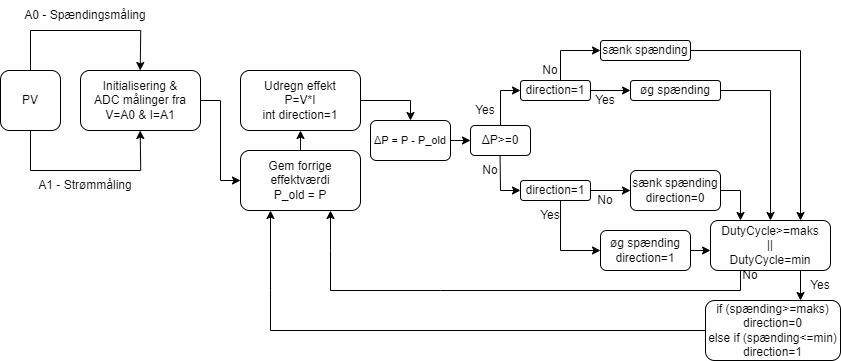
Pandananana/ee-projekt keeps this draw.io diagram as Dokumentation/mpptflowchart.drawio (1).png. Above is the earlier version. Source tidied: cells renumbered, new cells last; positions are measured from the earlier drawing's top-left corner, leaving out a move shared by most shapes. Source of this version:
```xml
<mxGraphModel>
  <root>
    <mxCell id="0" />
    <mxCell id="1" parent="0" />
    <mxCell id="2" value="Initialisering &amp;amp;&lt;br style=&quot;&quot;&gt;ADC målinger fra&lt;br&gt;V=A0 &amp;amp; I=A1" style="rounded=1;whiteSpace=wrap;html=1;" parent="1" vertex="1">
      <mxGeometry x="80" y="70" width="120" height="60" as="geometry" />
    </mxCell>
    <mxCell id="3" style="endArrow=classic;html=1;rounded=0;" parent="1" edge="1">
      <mxGeometry relative="1" as="geometry">
        <mxPoint x="140.2" y="170" as="sourcePoint" />
        <mxPoint x="139.7" y="130" as="targetPoint" />
      </mxGeometry>
    </mxCell>
    <mxCell id="4" style="endArrow=classic;html=1;rounded=0;" parent="1" edge="1">
      <mxGeometry relative="1" as="geometry">
        <mxPoint x="140.2" y="30" as="sourcePoint" />
        <mxPoint x="139.7" y="70" as="targetPoint" />
      </mxGeometry>
    </mxCell>
    <mxCell id="5" style="endArrow=none;html=1;rounded=0;" parent="1" edge="1">
      <mxGeometry relative="1" as="geometry">
        <mxPoint x="30" y="170" as="sourcePoint" />
        <mxPoint x="140" y="170" as="targetPoint" />
      </mxGeometry>
    </mxCell>
    <mxCell id="6" value="PV" style="rounded=1;whiteSpace=wrap;html=1;" parent="1" vertex="1">
      <mxGeometry y="70" width="60" height="60" as="geometry" />
    </mxCell>
    <mxCell id="7" style="endArrow=none;html=1;rounded=0;" parent="1" edge="1">
      <mxGeometry relative="1" as="geometry">
        <mxPoint x="30" y="30" as="sourcePoint" />
        <mxPoint x="140" y="30" as="targetPoint" />
      </mxGeometry>
    </mxCell>
    <mxCell id="8" style="endArrow=none;html=1;rounded=0;exitX=0.5;exitY=0;exitDx=0;exitDy=0;" parent="1" edge="1" source="6">
      <mxGeometry relative="1" as="geometry">
        <mxPoint x="30" y="30" as="targetPoint" />
      </mxGeometry>
    </mxCell>
    <mxCell id="9" style="endArrow=none;html=1;rounded=0;entryX=0.5;entryY=1;entryDx=0;entryDy=0;" parent="1" edge="1" target="6">
      <mxGeometry relative="1" as="geometry">
        <mxPoint x="30" y="170" as="sourcePoint" />
      </mxGeometry>
    </mxCell>
    <mxCell id="10" value="A1 - Strømmåling" style="text;html=1;strokeColor=none;fillColor=none;align=center;verticalAlign=middle;whiteSpace=wrap;rounded=0;" parent="1" vertex="1">
      <mxGeometry x="5" y="170" width="160" height="30" as="geometry" />
    </mxCell>
    <mxCell id="11" value="A0 - Spændingsmåling" style="text;html=1;strokeColor=none;fillColor=none;align=center;verticalAlign=middle;whiteSpace=wrap;rounded=0;" parent="1" vertex="1">
      <mxGeometry x="10" width="150" height="30" as="geometry" />
    </mxCell>
    <mxCell id="12" style="endArrow=classic;html=1;rounded=0;exitX=1;exitY=0.5;exitDx=0;exitDy=0;entryX=0;entryY=0.5;entryDx=0;entryDy=0;" parent="1" edge="1" source="2" target="14">
      <mxGeometry relative="1" as="geometry">
        <Array as="points">
          <mxPoint x="220" y="100" />
          <mxPoint x="220" y="180" />
        </Array>
      </mxGeometry>
    </mxCell>
    <mxCell id="13" value="Udregn effekt&lt;br&gt;P=V*I&lt;br&gt;int direction=1" style="rounded=1;whiteSpace=wrap;html=1;" parent="1" vertex="1">
      <mxGeometry x="240" y="70" width="120" height="60" as="geometry" />
    </mxCell>
    <mxCell id="14" value="Gem forrige effektværdi&lt;br&gt;P_old = P" style="rounded=1;whiteSpace=wrap;html=1;" parent="1" vertex="1">
      <mxGeometry x="240" y="150" width="120" height="60" as="geometry" />
    </mxCell>
    <mxCell id="15" style="endArrow=classic;html=1;rounded=0;exitX=0.5;exitY=0;exitDx=0;exitDy=0;" parent="1" edge="1" source="14" target="13">
      <mxGeometry relative="1" as="geometry">
        <Array as="points">
          <mxPoint x="300" y="130" />
        </Array>
      </mxGeometry>
    </mxCell>
    <mxCell id="16" style="endArrow=classic;html=1;rounded=0;entryX=0.5;entryY=0;entryDx=0;entryDy=0;" parent="1" edge="1" target="17">
      <mxGeometry relative="1" as="geometry">
        <mxPoint x="360" y="100" as="sourcePoint" />
        <Array as="points">
          <mxPoint x="410" y="100" />
        </Array>
      </mxGeometry>
    </mxCell>
    <mxCell id="17" value="&lt;font style=&quot;font-size: 11px;&quot;&gt;ΔP = P - P_old&lt;br&gt;&lt;/font&gt;" style="rounded=1;whiteSpace=wrap;html=1;" parent="1" vertex="1">
      <mxGeometry x="370" y="120" width="80" height="40" as="geometry" />
    </mxCell>
    <mxCell id="18" value="ΔP&amp;gt;=0" style="rounded=1;whiteSpace=wrap;html=1;" parent="1" vertex="1">
      <mxGeometry x="470" y="125" width="60" height="30" as="geometry" />
    </mxCell>
    <mxCell id="19" style="endArrow=classic;html=1;rounded=0;" parent="1" edge="1">
      <mxGeometry relative="1" as="geometry">
        <mxPoint x="500" y="125" as="sourcePoint" />
        <mxPoint x="520" y="90" as="targetPoint" />
        <Array as="points">
          <mxPoint x="500" y="90" />
        </Array>
      </mxGeometry>
    </mxCell>
    <mxCell id="20" style="endArrow=classic;html=1;rounded=0;" parent="1" edge="1">
      <mxGeometry relative="1" as="geometry">
        <mxPoint x="499.6" y="155" as="sourcePoint" />
        <mxPoint x="520" y="190" as="targetPoint" />
        <Array as="points">
          <mxPoint x="500" y="190" />
        </Array>
      </mxGeometry>
    </mxCell>
    <mxCell id="21" value="direction=1" style="rounded=1;whiteSpace=wrap;html=1;" parent="1" vertex="1">
      <mxGeometry x="520" y="180" width="70" height="20" as="geometry" />
    </mxCell>
    <mxCell id="22" value="direction=1" style="rounded=1;whiteSpace=wrap;html=1;" parent="1" vertex="1">
      <mxGeometry x="520" y="80" width="70" height="20" as="geometry" />
    </mxCell>
    <mxCell id="23" value="Yes" style="text;html=1;strokeColor=none;fillColor=none;align=center;verticalAlign=middle;whiteSpace=wrap;rounded=0;" parent="1" vertex="1">
      <mxGeometry x="470" y="100" width="30" height="20" as="geometry" />
    </mxCell>
    <mxCell id="24" value="No" style="text;html=1;strokeColor=none;fillColor=none;align=center;verticalAlign=middle;whiteSpace=wrap;rounded=0;" parent="1" vertex="1">
      <mxGeometry x="480" y="160" width="20" height="20" as="geometry" />
    </mxCell>
    <mxCell id="25" style="endArrow=classic;html=1;rounded=0;entryX=0;entryY=0.5;entryDx=0;entryDy=0;entryPerimeter=0;" parent="1" edge="1" target="26">
      <mxGeometry relative="1" as="geometry">
        <mxPoint x="590" y="90" as="sourcePoint" />
      </mxGeometry>
    </mxCell>
    <mxCell id="26" value="øg spænding" style="rounded=1;whiteSpace=wrap;html=1;" parent="1" vertex="1">
      <mxGeometry x="630" y="80" width="90" height="20" as="geometry" />
    </mxCell>
    <mxCell id="27" style="endArrow=classic;html=1;rounded=0;" parent="1" edge="1">
      <mxGeometry relative="1" as="geometry">
        <mxPoint x="560" y="80" as="sourcePoint" />
        <mxPoint x="600" y="50" as="targetPoint" />
        <Array as="points">
          <mxPoint x="560" y="50" />
        </Array>
      </mxGeometry>
    </mxCell>
    <mxCell id="28" value="sænk spænding" style="rounded=1;whiteSpace=wrap;html=1;" parent="1" vertex="1">
      <mxGeometry x="600" y="40" width="90" height="20" as="geometry" />
    </mxCell>
    <mxCell id="29" value="Yes" style="text;html=1;strokeColor=none;fillColor=none;align=center;verticalAlign=middle;whiteSpace=wrap;rounded=0;" parent="1" vertex="1">
      <mxGeometry x="590" y="90" width="30" height="20" as="geometry" />
    </mxCell>
    <mxCell id="30" value="No" style="text;html=1;strokeColor=none;fillColor=none;align=center;verticalAlign=middle;whiteSpace=wrap;rounded=0;" parent="1" vertex="1">
      <mxGeometry x="540" y="60" width="20" height="20" as="geometry" />
    </mxCell>
    <mxCell id="31" value="sænk spænding&lt;br&gt;direction=0" style="rounded=1;whiteSpace=wrap;html=1;" parent="1" vertex="1">
      <mxGeometry x="630" y="170" width="90" height="40" as="geometry" />
    </mxCell>
    <mxCell id="32" style="endArrow=classic;html=1;rounded=0;exitX=1;exitY=0.5;exitDx=0;exitDy=0;entryX=0;entryY=0.5;entryDx=0;entryDy=0;" parent="1" edge="1" source="21" target="31">
      <mxGeometry relative="1" as="geometry" />
    </mxCell>
    <mxCell id="33" value="No" style="text;html=1;strokeColor=none;fillColor=none;align=center;verticalAlign=middle;whiteSpace=wrap;rounded=0;" parent="1" vertex="1">
      <mxGeometry x="590" y="190" width="30" height="20" as="geometry" />
    </mxCell>
    <mxCell id="34" style="endArrow=classic;html=1;rounded=0;exitX=0.572;exitY=1.012;exitDx=0;exitDy=0;exitPerimeter=0;" parent="1" edge="1" source="21">
      <mxGeometry relative="1" as="geometry">
        <mxPoint x="600" y="250" as="targetPoint" />
        <Array as="points">
          <mxPoint x="560" y="250" />
        </Array>
      </mxGeometry>
    </mxCell>
    <mxCell id="35" value="øg spænding&lt;br&gt;direction=1" style="rounded=1;whiteSpace=wrap;html=1;" parent="1" vertex="1">
      <mxGeometry x="600" y="230" width="90" height="40" as="geometry" />
    </mxCell>
    <mxCell id="36" value="DutyCycle&amp;gt;=maks&lt;br&gt;||&lt;br&gt;DutyCycle=min" style="rounded=1;whiteSpace=wrap;html=1;" parent="1" vertex="1">
      <mxGeometry x="710" y="220" width="120" height="50" as="geometry" />
    </mxCell>
    <mxCell id="37" value="if (spænding&amp;gt;=maks)&lt;br&gt;direction=0&lt;br&gt;else if (spænding&amp;lt;=min)&lt;br&gt;direction=1" style="rounded=1;whiteSpace=wrap;html=1;" parent="1" vertex="1">
      <mxGeometry x="705" y="300" width="135" height="60" as="geometry" />
    </mxCell>
    <mxCell id="38" style="endArrow=classic;html=1;rounded=0;exitX=0.25;exitY=1;exitDx=0;exitDy=0;" parent="1" edge="1">
      <mxGeometry relative="1" as="geometry">
        <mxPoint x="800" y="270" as="sourcePoint" />
        <mxPoint x="800" y="300" as="targetPoint" />
      </mxGeometry>
    </mxCell>
    <mxCell id="39" value="Yes" style="text;html=1;strokeColor=none;fillColor=none;align=center;verticalAlign=middle;whiteSpace=wrap;rounded=0;" parent="1" vertex="1">
      <mxGeometry x="810" y="280" width="20" height="10" as="geometry" />
    </mxCell>
    <mxCell id="40" value="Yes" style="text;html=1;strokeColor=none;fillColor=none;align=center;verticalAlign=middle;whiteSpace=wrap;rounded=0;" parent="1" vertex="1">
      <mxGeometry x="540" y="210" width="20" height="10" as="geometry" />
    </mxCell>
    <mxCell id="41" style="endArrow=classic;html=1;rounded=0;entryX=0;entryY=0.5;entryDx=0;entryDy=0;exitX=1;exitY=0.5;exitDx=0;exitDy=0;" parent="1" edge="1" source="17" target="18">
      <mxGeometry relative="1" as="geometry" />
    </mxCell>
    <mxCell id="42" style="endArrow=classic;html=1;rounded=0;exitX=1;exitY=0.5;exitDx=0;exitDy=0;" parent="1" edge="1" source="35">
      <mxGeometry relative="1" as="geometry">
        <mxPoint x="710" y="250" as="targetPoint" />
      </mxGeometry>
    </mxCell>
    <mxCell id="43" style="endArrow=classic;html=1;rounded=0;entryX=0.25;entryY=0;entryDx=0;entryDy=0;" parent="1" edge="1" target="36">
      <mxGeometry relative="1" as="geometry">
        <mxPoint x="720" y="190" as="sourcePoint" />
        <Array as="points">
          <mxPoint x="740" y="190" />
        </Array>
      </mxGeometry>
    </mxCell>
    <mxCell id="44" style="endArrow=classic;html=1;rounded=0;entryX=0.5;entryY=0;entryDx=0;entryDy=0;" parent="1" edge="1" target="36">
      <mxGeometry relative="1" as="geometry">
        <mxPoint x="720" y="90" as="sourcePoint" />
        <Array as="points">
          <mxPoint x="770" y="90" />
        </Array>
      </mxGeometry>
    </mxCell>
    <mxCell id="45" style="endArrow=classic;html=1;rounded=0;entryX=0.75;entryY=0;entryDx=0;entryDy=0;" parent="1" edge="1" target="36">
      <mxGeometry relative="1" as="geometry">
        <mxPoint x="690" y="50" as="sourcePoint" />
        <Array as="points">
          <mxPoint x="800" y="50" />
        </Array>
      </mxGeometry>
    </mxCell>
    <mxCell id="46" value="No" style="text;html=1;strokeColor=none;fillColor=none;align=center;verticalAlign=middle;whiteSpace=wrap;rounded=0;" parent="1" vertex="1">
      <mxGeometry x="740" y="270" width="20" height="10" as="geometry" />
    </mxCell>
    <mxCell id="47" style="endArrow=classic;html=1;rounded=0;entryX=0.75;entryY=1;entryDx=0;entryDy=0;" parent="1" edge="1" target="14">
      <mxGeometry relative="1" as="geometry">
        <mxPoint x="740" y="270" as="sourcePoint" />
        <Array as="points">
          <mxPoint x="740" y="290" />
          <mxPoint x="440" y="290" />
          <mxPoint x="330" y="290" />
          <mxPoint x="330" y="250" />
        </Array>
      </mxGeometry>
    </mxCell>
    <mxCell id="48" style="endArrow=classic;html=1;rounded=0;exitX=0;exitY=0.5;exitDx=0;exitDy=0;entryX=0.25;entryY=1;entryDx=0;entryDy=0;" parent="1" edge="1" source="37" target="14">
      <mxGeometry relative="1" as="geometry">
        <Array as="points">
          <mxPoint x="270" y="330" />
          <mxPoint x="270" y="290" />
        </Array>
      </mxGeometry>
    </mxCell>
  </root>
</mxGraphModel>
```
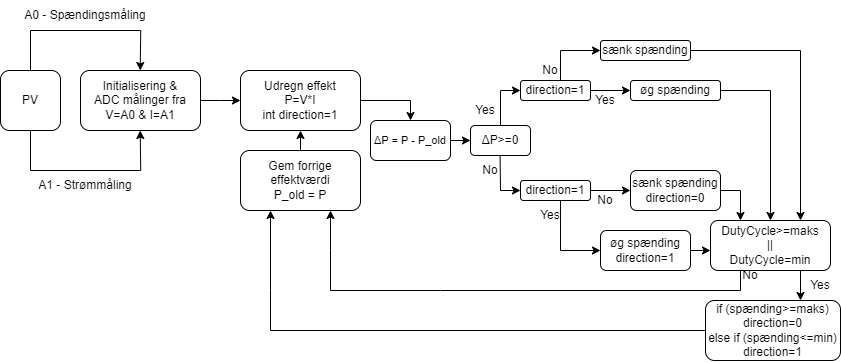
After the commit.

Diff of the diagram source:
```diff
@@ -48,11 +48,10 @@
     <mxCell id="11" value="A0 - Spændingsmåling" style="text;html=1;strokeColor=none;fillColor=none;align=center;verticalAlign=middle;whiteSpace=wrap;rounded=0;" parent="1" vertex="1">
       <mxGeometry x="10" width="150" height="30" as="geometry" />
     </mxCell>
-    <mxCell id="12" style="endArrow=classic;html=1;rounded=0;exitX=1;exitY=0.5;exitDx=0;exitDy=0;entryX=0;entryY=0.5;entryDx=0;entryDy=0;" parent="1" edge="1" source="2" target="14">
+    <mxCell id="12" style="endArrow=classic;html=1;rounded=0;exitX=1;exitY=0.5;exitDx=0;exitDy=0;entryX=0;entryY=0.5;entryDx=0;entryDy=0;" parent="1" edge="1" source="2" target="13">
       <mxGeometry relative="1" as="geometry">
         <Array as="points">
           <mxPoint x="220" y="100" />
-          <mxPoint x="220" y="180" />
         </Array>
       </mxGeometry>
     </mxCell>
```
